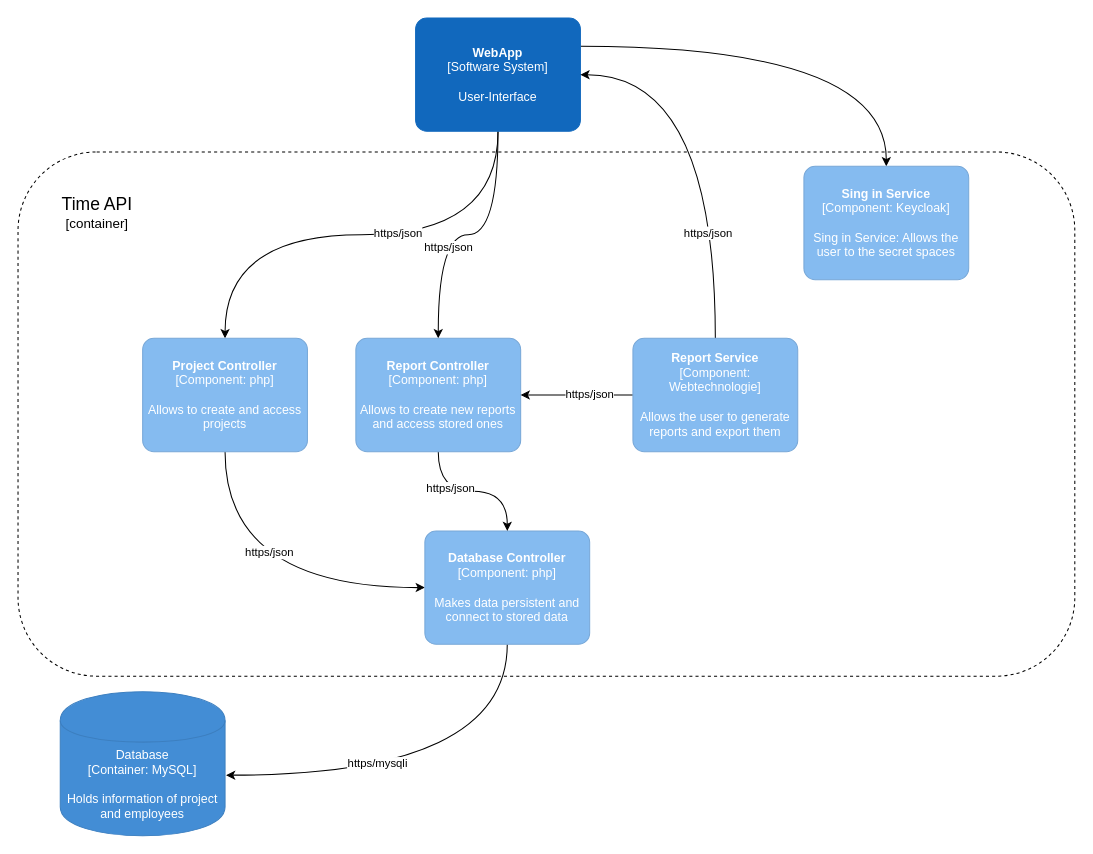
Earlier version of the draw.io diagram page "Component TimeAPI" (2 of 2) of C4Model_Zeiterfassung.drawio (devdbl/TimeTool). Source tidied: cells renumbered, new cells numbered last; positions are measured from the earlier drawing's top-left corner, leaving out a move shared by most shapes. Both pictures are drawn from the tidied source at 103%, with x=0, y=0 at pixel (18, 18).
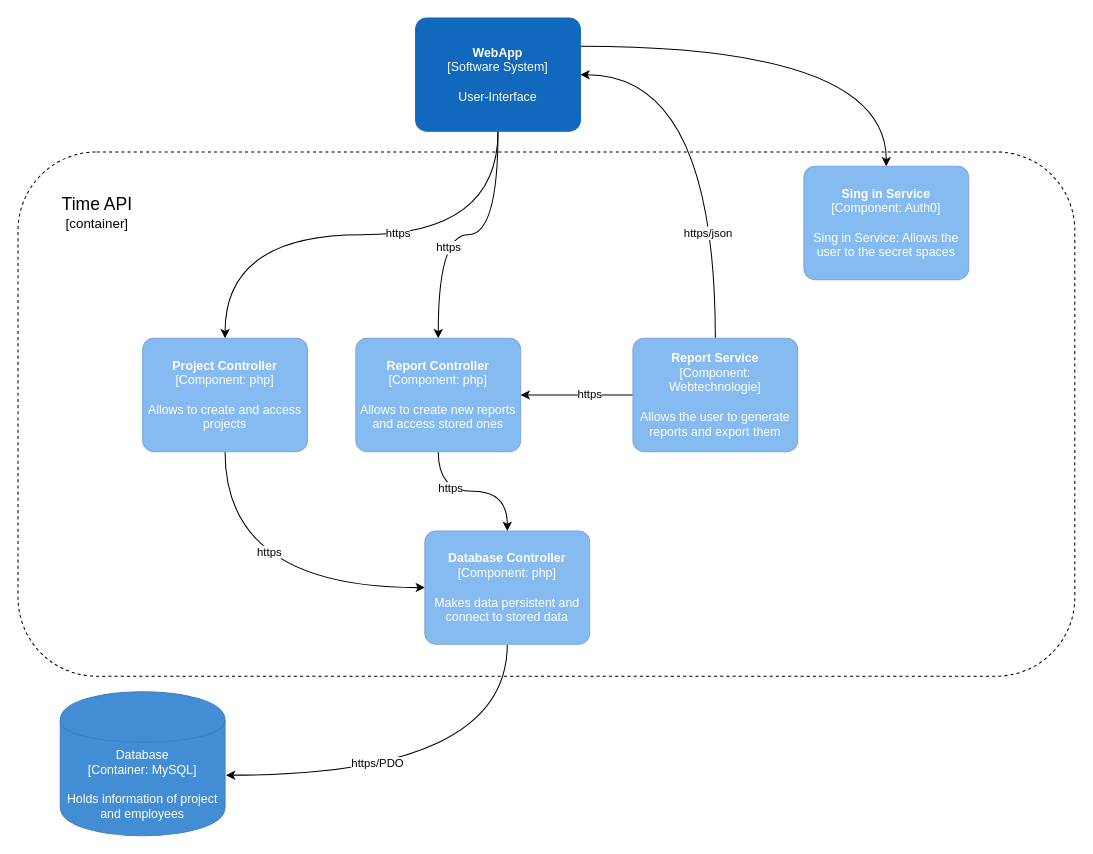
Above is the later version.

Unchanged cells that the change refers to:
```xml
<mxCell id="4" style="edgeStyle=orthogonalEdgeStyle;jettySize=auto;html=1;exitX=0.5;exitY=1;exitDx=0;exitDy=0;exitPerimeter=0;curved=1;" parent="1" edge="1" source="9" target="12">
  <mxGeometry relative="1" as="geometry" />
</mxCell>
<mxCell id="7" style="edgeStyle=orthogonalEdgeStyle;curved=1;jettySize=auto;html=1;exitX=0.5;exitY=1;exitDx=0;exitDy=0;exitPerimeter=0;" parent="1" edge="1" source="9" target="19">
  <mxGeometry relative="1" as="geometry" />
</mxCell>
<mxCell id="10" style="edgeStyle=orthogonalEdgeStyle;curved=1;jettySize=auto;html=1;exitX=0.5;exitY=1;exitDx=0;exitDy=0;exitPerimeter=0;entryX=0;entryY=0.5;entryDx=0;entryDy=0;entryPerimeter=0;" parent="1" edge="1" source="12" target="16">
  <mxGeometry relative="1" as="geometry" />
</mxCell>
<mxCell id="14" style="edgeStyle=orthogonalEdgeStyle;curved=1;jettySize=auto;html=1;exitX=0.5;exitY=1;exitDx=0;exitDy=0;exitPerimeter=0;entryX=1.006;entryY=0.579;entryDx=0;entryDy=0;entryPerimeter=0;" parent="1" edge="1" source="16" target="3">
  <mxGeometry relative="1" as="geometry" />
</mxCell>
<mxCell id="17" style="edgeStyle=orthogonalEdgeStyle;curved=1;jettySize=auto;html=1;exitX=0.5;exitY=1;exitDx=0;exitDy=0;exitPerimeter=0;" parent="1" edge="1" source="19" target="16">
  <mxGeometry relative="1" as="geometry" />
</mxCell>
<mxCell id="22" style="edgeStyle=orthogonalEdgeStyle;curved=1;jettySize=auto;html=1;exitX=0;exitY=0.5;exitDx=0;exitDy=0;exitPerimeter=0;" parent="1" edge="1" source="24" target="19">
  <mxGeometry relative="1" as="geometry" />
</mxCell>
```

Change to the diagram source:
```diff
@@
-    <mxCell id="5" value="https/json" style="edgeLabel;html=1;align=center;verticalAlign=middle;" parent="4" vertex="1">
+    <mxCell id="5" value="https" style="edgeLabel;html=1;align=center;verticalAlign=middle;" parent="4" vertex="1">
       <mxGeometry x="-0.15" y="-2" relative="1" as="geometry" />
     </mxCell>
@@
-    <mxCell id="8" value="https/json" style="edgeLabel;html=1;align=center;verticalAlign=middle;" parent="7" vertex="1">
+    <mxCell id="8" value="https" style="edgeLabel;html=1;align=center;verticalAlign=middle;" parent="7" vertex="1">
       <mxGeometry x="0.31" y="9" relative="1" as="geometry" />
     </mxCell>
@@
-    <mxCell id="11" value="https/json" style="edgeLabel;html=1;align=center;verticalAlign=middle;" parent="10" vertex="1">
+    <mxCell id="11" value="https" style="edgeLabel;html=1;align=center;verticalAlign=middle;" parent="10" vertex="1">
       <mxGeometry x="0.07" y="35" relative="1" as="geometry" />
     </mxCell>
@@
-    <object id="13" label="&lt;b&gt;%c4Name%&lt;/b&gt;&lt;div&gt;[%c4Type%: %c4Technology%]&lt;/div&gt;&lt;br&gt;&lt;div&gt;%c4Description%&lt;/div&gt;" c4Description="Sing in Service: Allows the user to the secret spaces" c4Name="Sing in Service" c4Technology="Keycloak" c4Type="Component" placeholders="1">
+    <object id="13" label="&lt;b&gt;%c4Name%&lt;/b&gt;&lt;div&gt;[%c4Type%: %c4Technology%]&lt;/div&gt;&lt;br&gt;&lt;div&gt;%c4Description%&lt;/div&gt;" c4Description="Sing in Service: Allows the user to the secret spaces" c4Name="Sing in Service" c4Technology="Auth0" c4Type="Component" placeholders="1">
       <mxCell style="rounded=1;whiteSpace=wrap;html=1;labelBackgroundColor=none;fillColor=#85BBF0;fontColor=#ffffff;align=center;arcSize=10;strokeColor=#78A8D8;metaData={&quot;c4Type&quot;:{&quot;editable&quot;:false}};points=[[0.25,0,0],[0.5,0,0],[0.75,0,0],[1,0.25,0],[1,0.5,0],[1,0.75,0],[0.75,1,0],[0.5,1,0],[0.25,1,0],[0,0.75,0],[0,0.5,0],[0,0.25,0]];" parent="1" vertex="1">
         <mxGeometry x="763" y="144" width="160" height="110" as="geometry" />
       </mxCell>
     </object>
@@
-    <mxCell id="15" value="https/mysqli" style="edgeLabel;html=1;align=center;verticalAlign=middle;" parent="14" vertex="1">
+    <mxCell id="15" value="https/PDO" style="edgeLabel;html=1;align=center;verticalAlign=middle;" parent="14" vertex="1">
       <mxGeometry x="0.27" y="-12" relative="1" as="geometry" />
     </mxCell>
@@
-    <mxCell id="18" value="https/json" style="edgeLabel;html=1;align=center;verticalAlign=middle;" parent="17" vertex="1">
+    <mxCell id="18" value="https" style="edgeLabel;html=1;align=center;verticalAlign=middle;" parent="17" vertex="1">
       <mxGeometry x="-0.3" y="4" relative="1" as="geometry">
         <mxPoint y="1" as="offset" />
       </mxGeometry>
     </mxCell>
@@
-    <mxCell id="23" value="https/json" style="edgeLabel;html=1;align=center;verticalAlign=middle;" parent="22" vertex="1">
+    <mxCell id="23" value="https" style="edgeLabel;html=1;align=center;verticalAlign=middle;" parent="22" vertex="1">
       <mxGeometry x="-0.21" y="-2" relative="1" as="geometry" />
     </mxCell>
```
